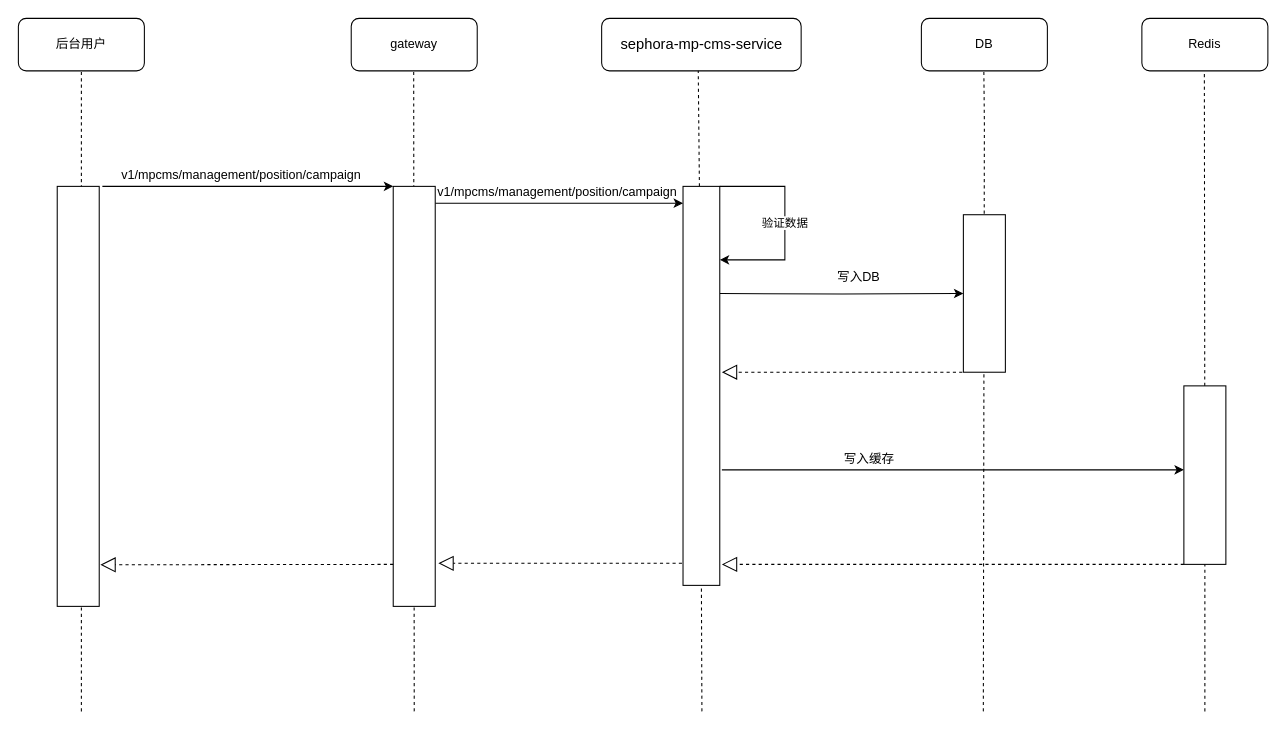
xiazecheng/madao keeps this draw.io diagram as 广告管理-流行趋势-新增.drawio. Above is the earlier version. Source tidied: cells renumbered, new cells numbered last; positions are measured from the earlier drawing's top-left corner, leaving out a move shared by most shapes. Both pictures are drawn from the tidied source at 105%, with x=0, y=0 at pixel (18, 18).
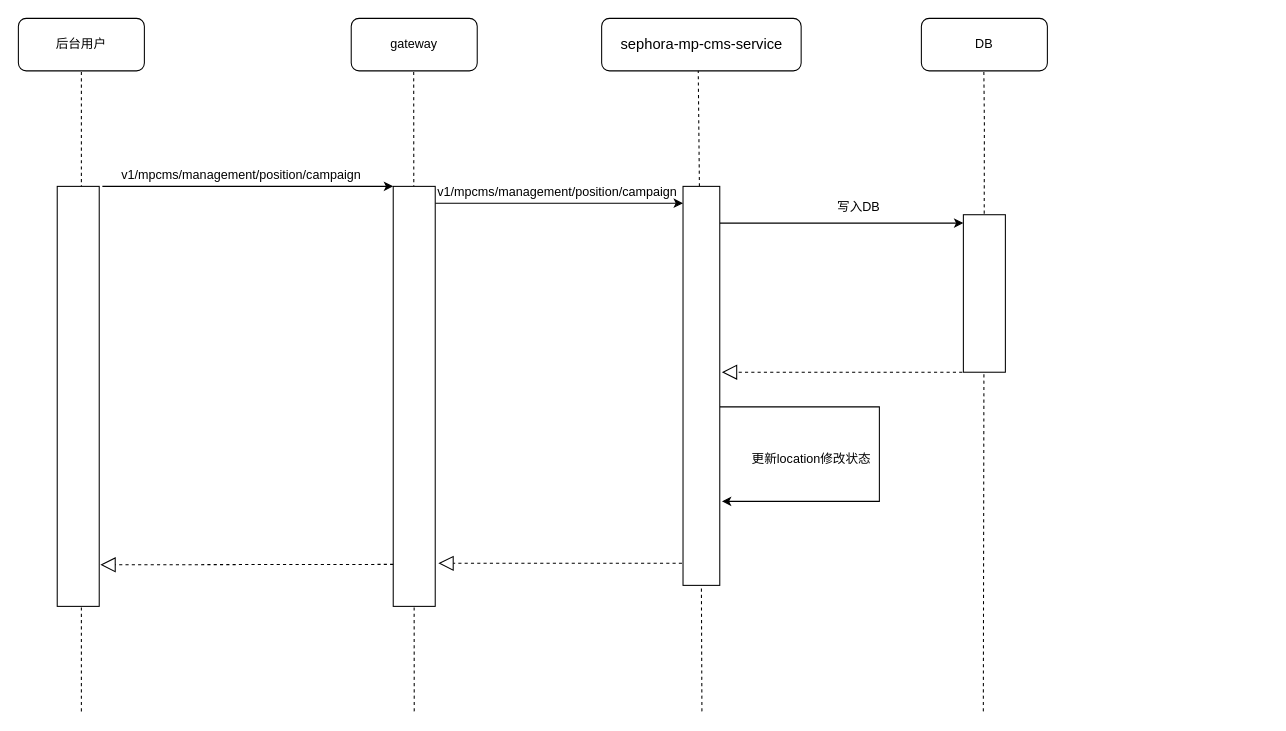
After the change.

Commit message (it also covers changes not shown here):
更新广告管理-流行趋势-新增.drawio

The change refers to these unchanged cells:
```xml
<mxCell id="9" style="rounded=0;whiteSpace=wrap;html=1;labelBackgroundColor=default;fontColor=#000000;" parent="1" vertex="1">
  <mxGeometry x="633" y="160" width="35" height="380" as="geometry" />
</mxCell>
<mxCell id="21" style="rounded=0;whiteSpace=wrap;html=1;labelBackgroundColor=default;fontColor=#000000;" parent="1" vertex="1">
  <mxGeometry x="900" y="187" width="40" height="150" as="geometry" />
</mxCell>
```

What changed in the source:
```diff
@@
-    <mxCell id="7" style="edgeStyle=orthogonalEdgeStyle;rounded=0;jettySize=auto;html=1;entryX=0;entryY=0.5;entryDx=0;entryDy=0;fontColor=#000000;" parent="1" edge="1" target="21">
+    <mxCell id="7" style="edgeStyle=orthogonalEdgeStyle;rounded=0;orthogonalLoop=1;jettySize=auto;html=1;entryX=0;entryY=0.5;entryDx=0;entryDy=0;fontColor=#000000;" parent="1" edge="1">
       <mxGeometry relative="1" as="geometry">
-        <mxPoint x="668" y="262" as="sourcePoint" />
+        <mxPoint x="668" y="195" as="sourcePoint" />
+        <mxPoint x="900" y="195" as="targetPoint" />
       </mxGeometry>
     </mxCell>
-    <mxCell id="8" style="edgeStyle=orthogonalEdgeStyle;rounded=0;orthogonalLoop=1;jettySize=auto;html=1;fontColor=#000000;entryX=0;entryY=0.5;entryDx=0;entryDy=0;" parent="1" edge="1">
-      <mxGeometry relative="1" as="geometry">
-        <mxPoint x="670" y="430" as="sourcePoint" />
-        <mxPoint x="1110" y="430" as="targetPoint" />
-      </mxGeometry>
-    </mxCell>
+    <mxCell id="32" style="edgeStyle=orthogonalEdgeStyle;rounded=0;jettySize=auto;html=1;" parent="1" edge="1" source="9">
+      <mxGeometry relative="1" as="geometry">
+        <mxPoint x="670" y="460" as="targetPoint" />
+        <Array as="points">
+          <mxPoint x="820" y="370" />
+          <mxPoint x="820" y="460" />
+        </Array>
+      </mxGeometry>
+    </mxCell>
@@
-    <mxCell id="18" value="验证数据" style="edgeStyle=orthogonalEdgeStyle;rounded=0;jettySize=auto;html=1;exitX=1;exitY=0;exitDx=0;exitDy=0;fontColor=#000000;" parent="1" edge="1" source="9">
-      <mxGeometry relative="1" as="geometry">
-        <mxPoint x="668" y="230" as="targetPoint" />
-        <Array as="points">
-          <mxPoint x="730" y="160" />
-          <mxPoint x="730" y="230" />
-          <mxPoint x="668" y="230" />
-        </Array>
-      </mxGeometry>
-    </mxCell>
@@
     <mxCell id="22" value="写入DB" style="text;html=1;align=center;verticalAlign=middle;strokeColor=none;fillColor=none;fontColor=#000000;" parent="1" vertex="1">
-      <mxGeometry x="770" y="237" width="60" height="20" as="geometry" />
+      <mxGeometry x="770" y="170" width="60" height="20" as="geometry" />
     </mxCell>
-    <mxCell id="23" value="Redis" style="rounded=1;whiteSpace=wrap;html=1;labelBackgroundColor=default;fontColor=#000000;" parent="1" vertex="1">
-      <mxGeometry x="1070" width="120" height="50" as="geometry" />
-    </mxCell>
-    <mxCell id="24" style="endArrow=none;dashed=1;html=1;rounded=0;fontColor=#000000;entryX=0.5;entryY=1;entryDx=0;entryDy=0;startArrow=none;" parent="1" edge="1" source="25">
-      <mxGeometry relative="1" as="geometry">
-        <mxPoint x="1129.5" y="50" as="targetPoint" />
-      </mxGeometry>
-    </mxCell>
-    <mxCell id="25" style="rounded=0;whiteSpace=wrap;html=1;labelBackgroundColor=default;fontColor=#000000;" parent="1" vertex="1">
-      <mxGeometry x="1110" y="350" width="40" height="170" as="geometry" />
-    </mxCell>
-    <mxCell id="26" style="endArrow=none;dashed=1;html=1;rounded=0;fontColor=#000000;entryX=0.5;entryY=1;entryDx=0;entryDy=0;startArrow=none;" parent="1" edge="1" target="25">
-      <mxGeometry relative="1" as="geometry">
-        <mxPoint x="1130" y="660" as="sourcePoint" />
-      </mxGeometry>
-    </mxCell>
-    <mxCell id="27" value="写入缓存" style="text;html=1;align=center;verticalAlign=middle;strokeColor=none;fillColor=none;fontColor=#000000;" parent="1" vertex="1">
-      <mxGeometry x="780" y="410" width="60" height="20" as="geometry" />
-    </mxCell>
-    <mxCell id="28" style="endArrow=block;dashed=1;endFill=0;endSize=12;html=1;rounded=0;fontColor=#000000;exitX=0;exitY=1;exitDx=0;exitDy=0;" parent="1" edge="1" source="25">
-      <mxGeometry relative="1" as="geometry">
-        <mxPoint x="670" y="520" as="targetPoint" />
-      </mxGeometry>
-    </mxCell>
@@
+    <mxCell id="33" value="更新location修改状态" style="text;html=1;align=center;verticalAlign=middle;strokeColor=none;fillColor=none;" parent="1" vertex="1">
+      <mxGeometry x="690" y="410" width="130" height="20" as="geometry" />
+    </mxCell>
```
